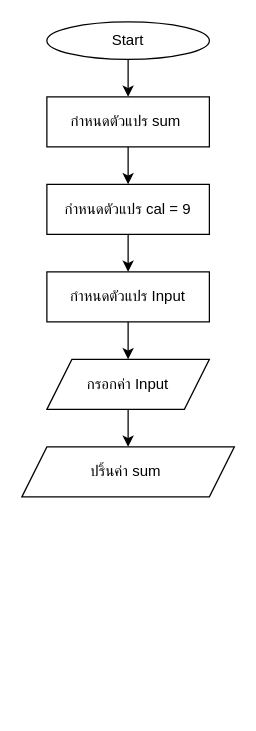
Above: HW/HW6/hw06-4/hw06-4.drawio in aphiwat-window/ENGCE117 (draw.io), before the change. Source tidied: cells renumbered, new cells numbered last; positions are measured from the earlier drawing's top-left corner, leaving out a move shared by most shapes. Both pictures are drawn from the tidied source at 125%, with x=0, y=0 at pixel (21, 21).
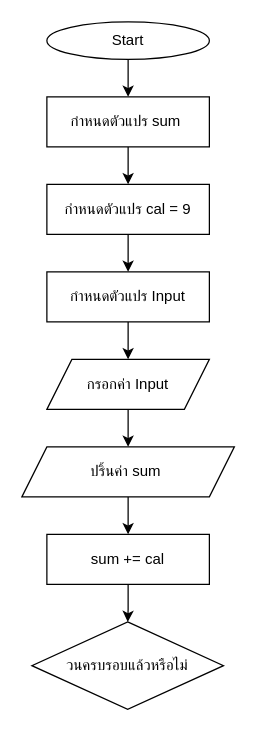
The same diagram, later.

The edit, as a diff of the source:
```diff
@@
 <mxGraphModel>
   <root>
     <mxCell id="0" />
     <mxCell id="1" parent="0" />
     <mxCell id="2" style="edgeStyle=orthogonalEdgeStyle;rounded=0;jettySize=auto;html=1;" parent="1" edge="1" source="3">
       <mxGeometry relative="1" as="geometry">
         <mxPoint x="85" y="60" as="targetPoint" />
       </mxGeometry>
     </mxCell>
     <mxCell id="3" value="&lt;font face=&quot;Sarabun&quot;&gt;Start&lt;/font&gt;" style="ellipse;whiteSpace=wrap;html=1;" parent="1" vertex="1">
       <mxGeometry x="20" width="130" height="30" as="geometry" />
     </mxCell>
     <mxCell id="4" style="edgeStyle=orthogonalEdgeStyle;rounded=0;jettySize=auto;html=1;" parent="1" edge="1" source="5" target="7">
       <mxGeometry relative="1" as="geometry" />
     </mxCell>
     <mxCell id="5" value="กำหนดตัวแปร Input" style="rounded=0;whiteSpace=wrap;html=1;" parent="1" vertex="1">
       <mxGeometry x="20" y="200" width="130" height="40" as="geometry" />
     </mxCell>
     <mxCell id="6" style="edgeStyle=orthogonalEdgeStyle;rounded=0;jettySize=auto;html=1;" parent="1" edge="1" source="7">
       <mxGeometry relative="1" as="geometry">
         <mxPoint x="85" y="340" as="targetPoint" />
       </mxGeometry>
     </mxCell>
     <mxCell id="7" value="กรอกค่า Input" style="shape=parallelogram;perimeter=parallelogramPerimeter;whiteSpace=wrap;html=1;fixedSize=1;" parent="1" vertex="1">
       <mxGeometry x="20" y="270" width="130" height="40" as="geometry" />
     </mxCell>
     <mxCell id="8" style="edgeStyle=orthogonalEdgeStyle;rounded=0;jettySize=auto;html=1;" parent="1" edge="1" source="9" target="5">
       <mxGeometry relative="1" as="geometry" />
     </mxCell>
     <mxCell id="9" value="กำหนดตัวแปร cal = 9" style="rounded=0;whiteSpace=wrap;html=1;" parent="1" vertex="1">
       <mxGeometry x="20" y="130" width="130" height="40" as="geometry" />
     </mxCell>
     <mxCell id="10" style="edgeStyle=orthogonalEdgeStyle;rounded=0;jettySize=auto;html=1;" parent="1" edge="1" source="11" target="9">
       <mxGeometry relative="1" as="geometry" />
     </mxCell>
     <mxCell id="11" value="กำหนดตัวแปร sum&amp;nbsp;" style="rounded=0;whiteSpace=wrap;html=1;" parent="1" vertex="1">
       <mxGeometry x="20" y="60" width="130" height="40" as="geometry" />
     </mxCell>
+    <mxCell id="13" style="edgeStyle=orthogonalEdgeStyle;rounded=0;jettySize=auto;html=1;" parent="1" edge="1" source="12" target="15">
+      <mxGeometry relative="1" as="geometry" />
+    </mxCell>
     <mxCell id="12" value="ปริ้นค่า sum&amp;nbsp;" style="shape=parallelogram;perimeter=parallelogramPerimeter;whiteSpace=wrap;html=1;fixedSize=1;" parent="1" vertex="1">
       <mxGeometry y="340" width="170" height="40" as="geometry" />
     </mxCell>
+    <mxCell id="14" style="edgeStyle=orthogonalEdgeStyle;rounded=0;jettySize=auto;html=1;" parent="1" edge="1" source="15" target="16">
+      <mxGeometry relative="1" as="geometry" />
+    </mxCell>
+    <mxCell id="15" value="sum += cal" style="rounded=0;whiteSpace=wrap;html=1;" parent="1" vertex="1">
+      <mxGeometry x="20" y="410" width="130" height="40" as="geometry" />
+    </mxCell>
+    <mxCell id="16" value="วนครบรอบแล้วหรือไม่" style="rhombus;whiteSpace=wrap;html=1;" parent="1" vertex="1">
+      <mxGeometry x="8" y="480" width="153.3" height="70" as="geometry" />
+    </mxCell>
   </root>
 </mxGraphModel>
```
